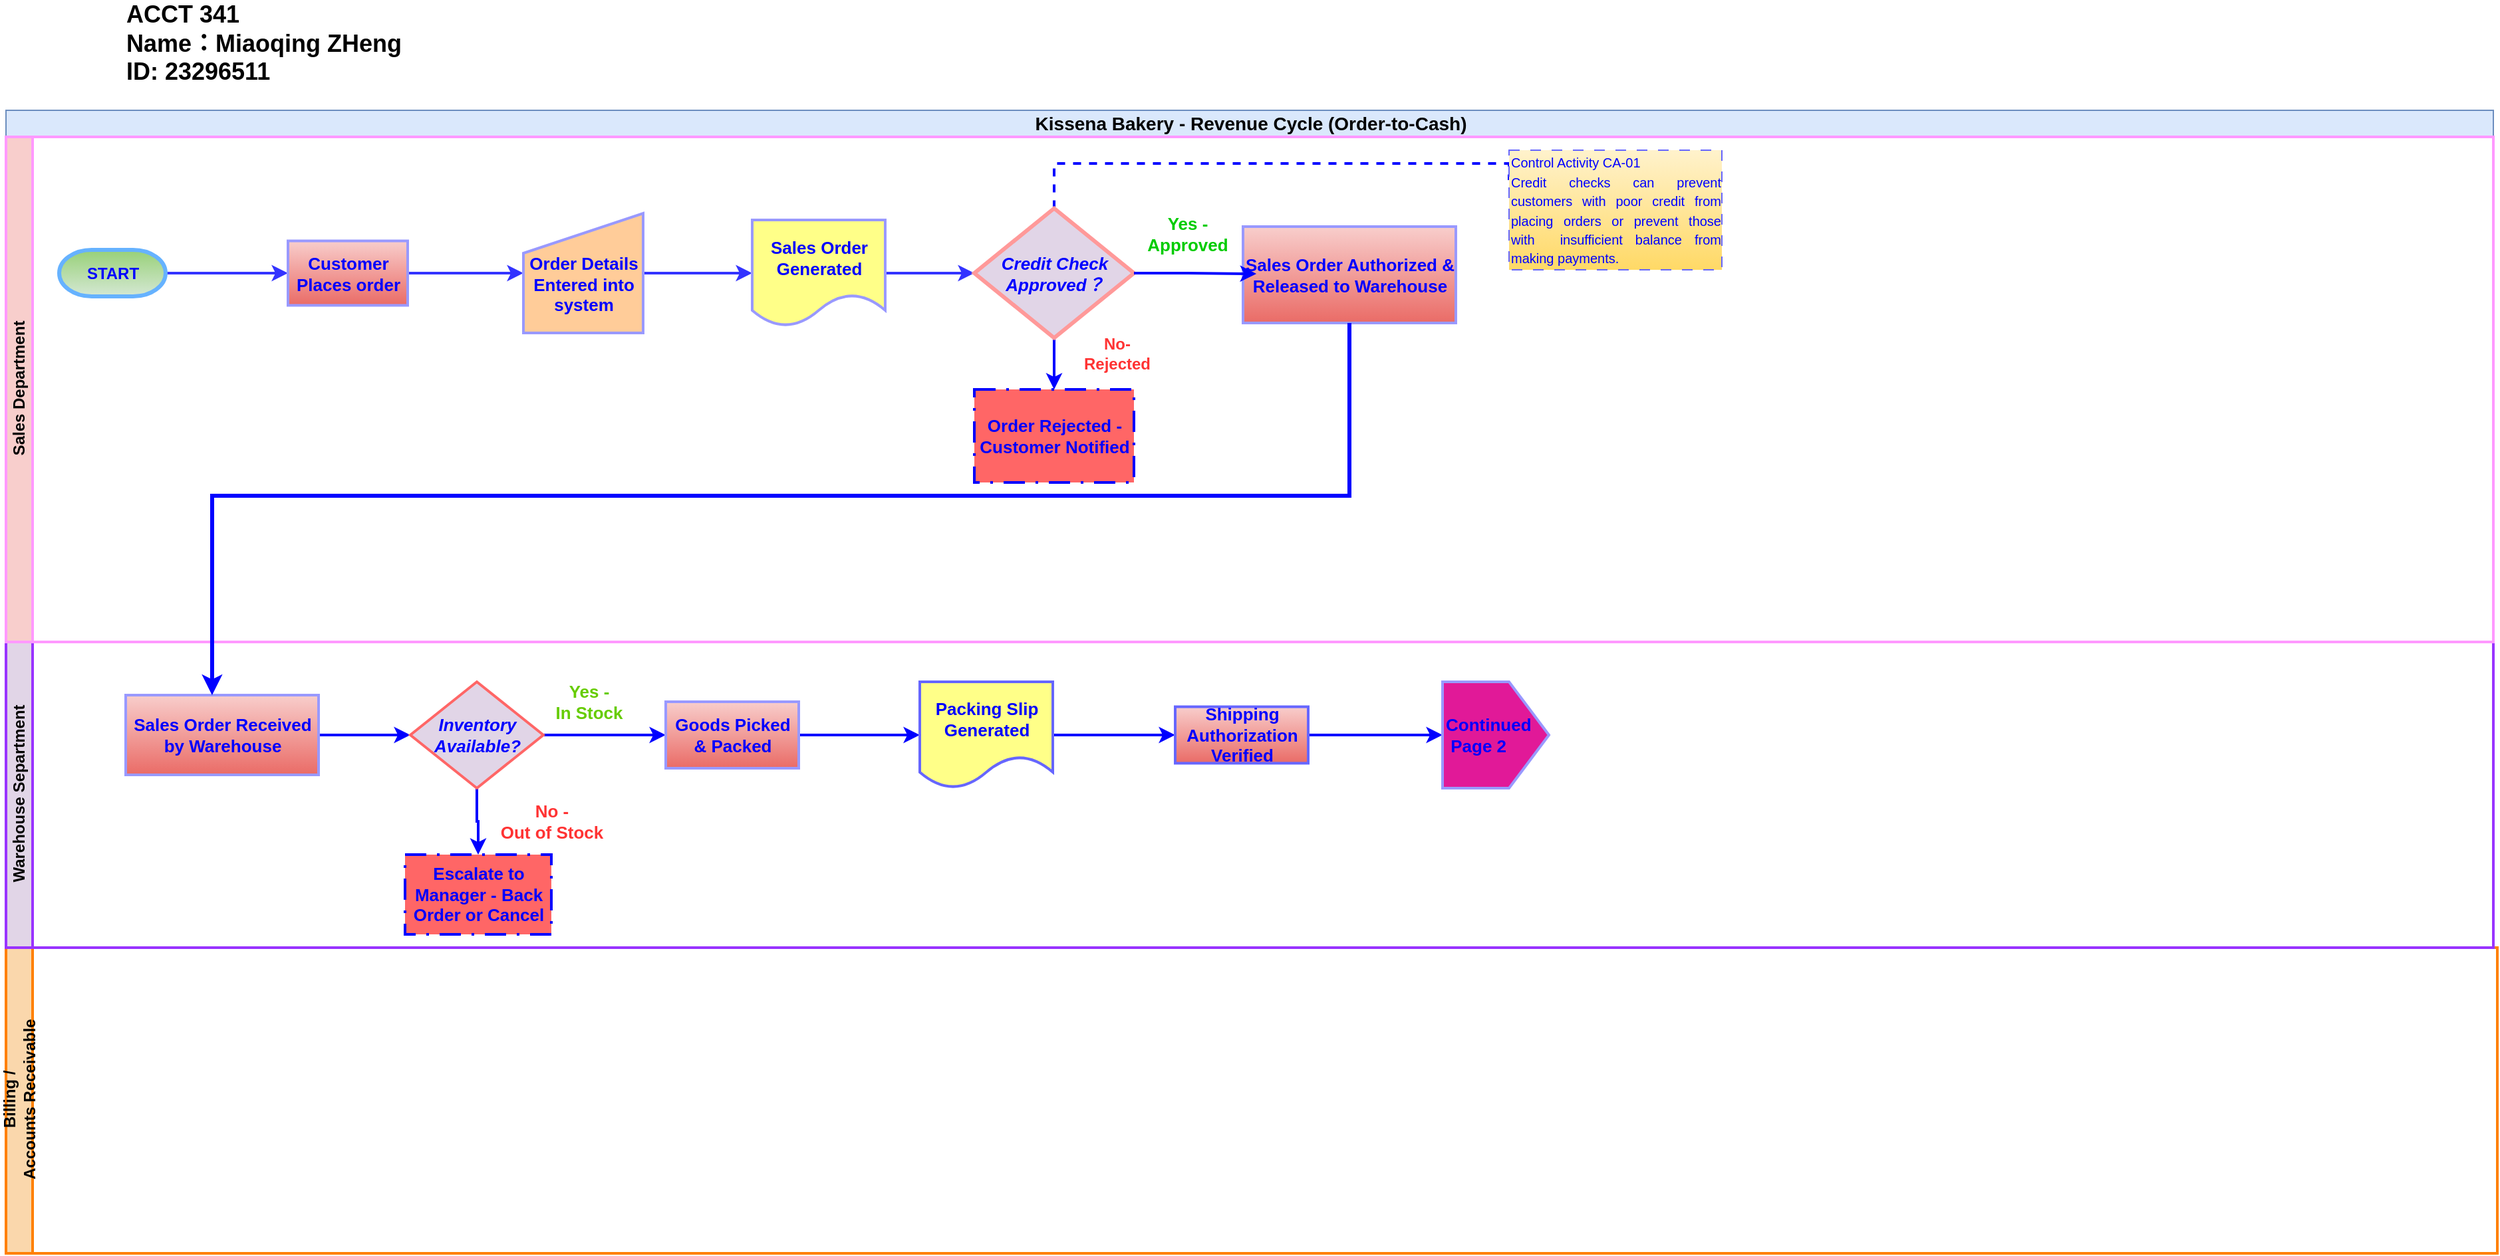
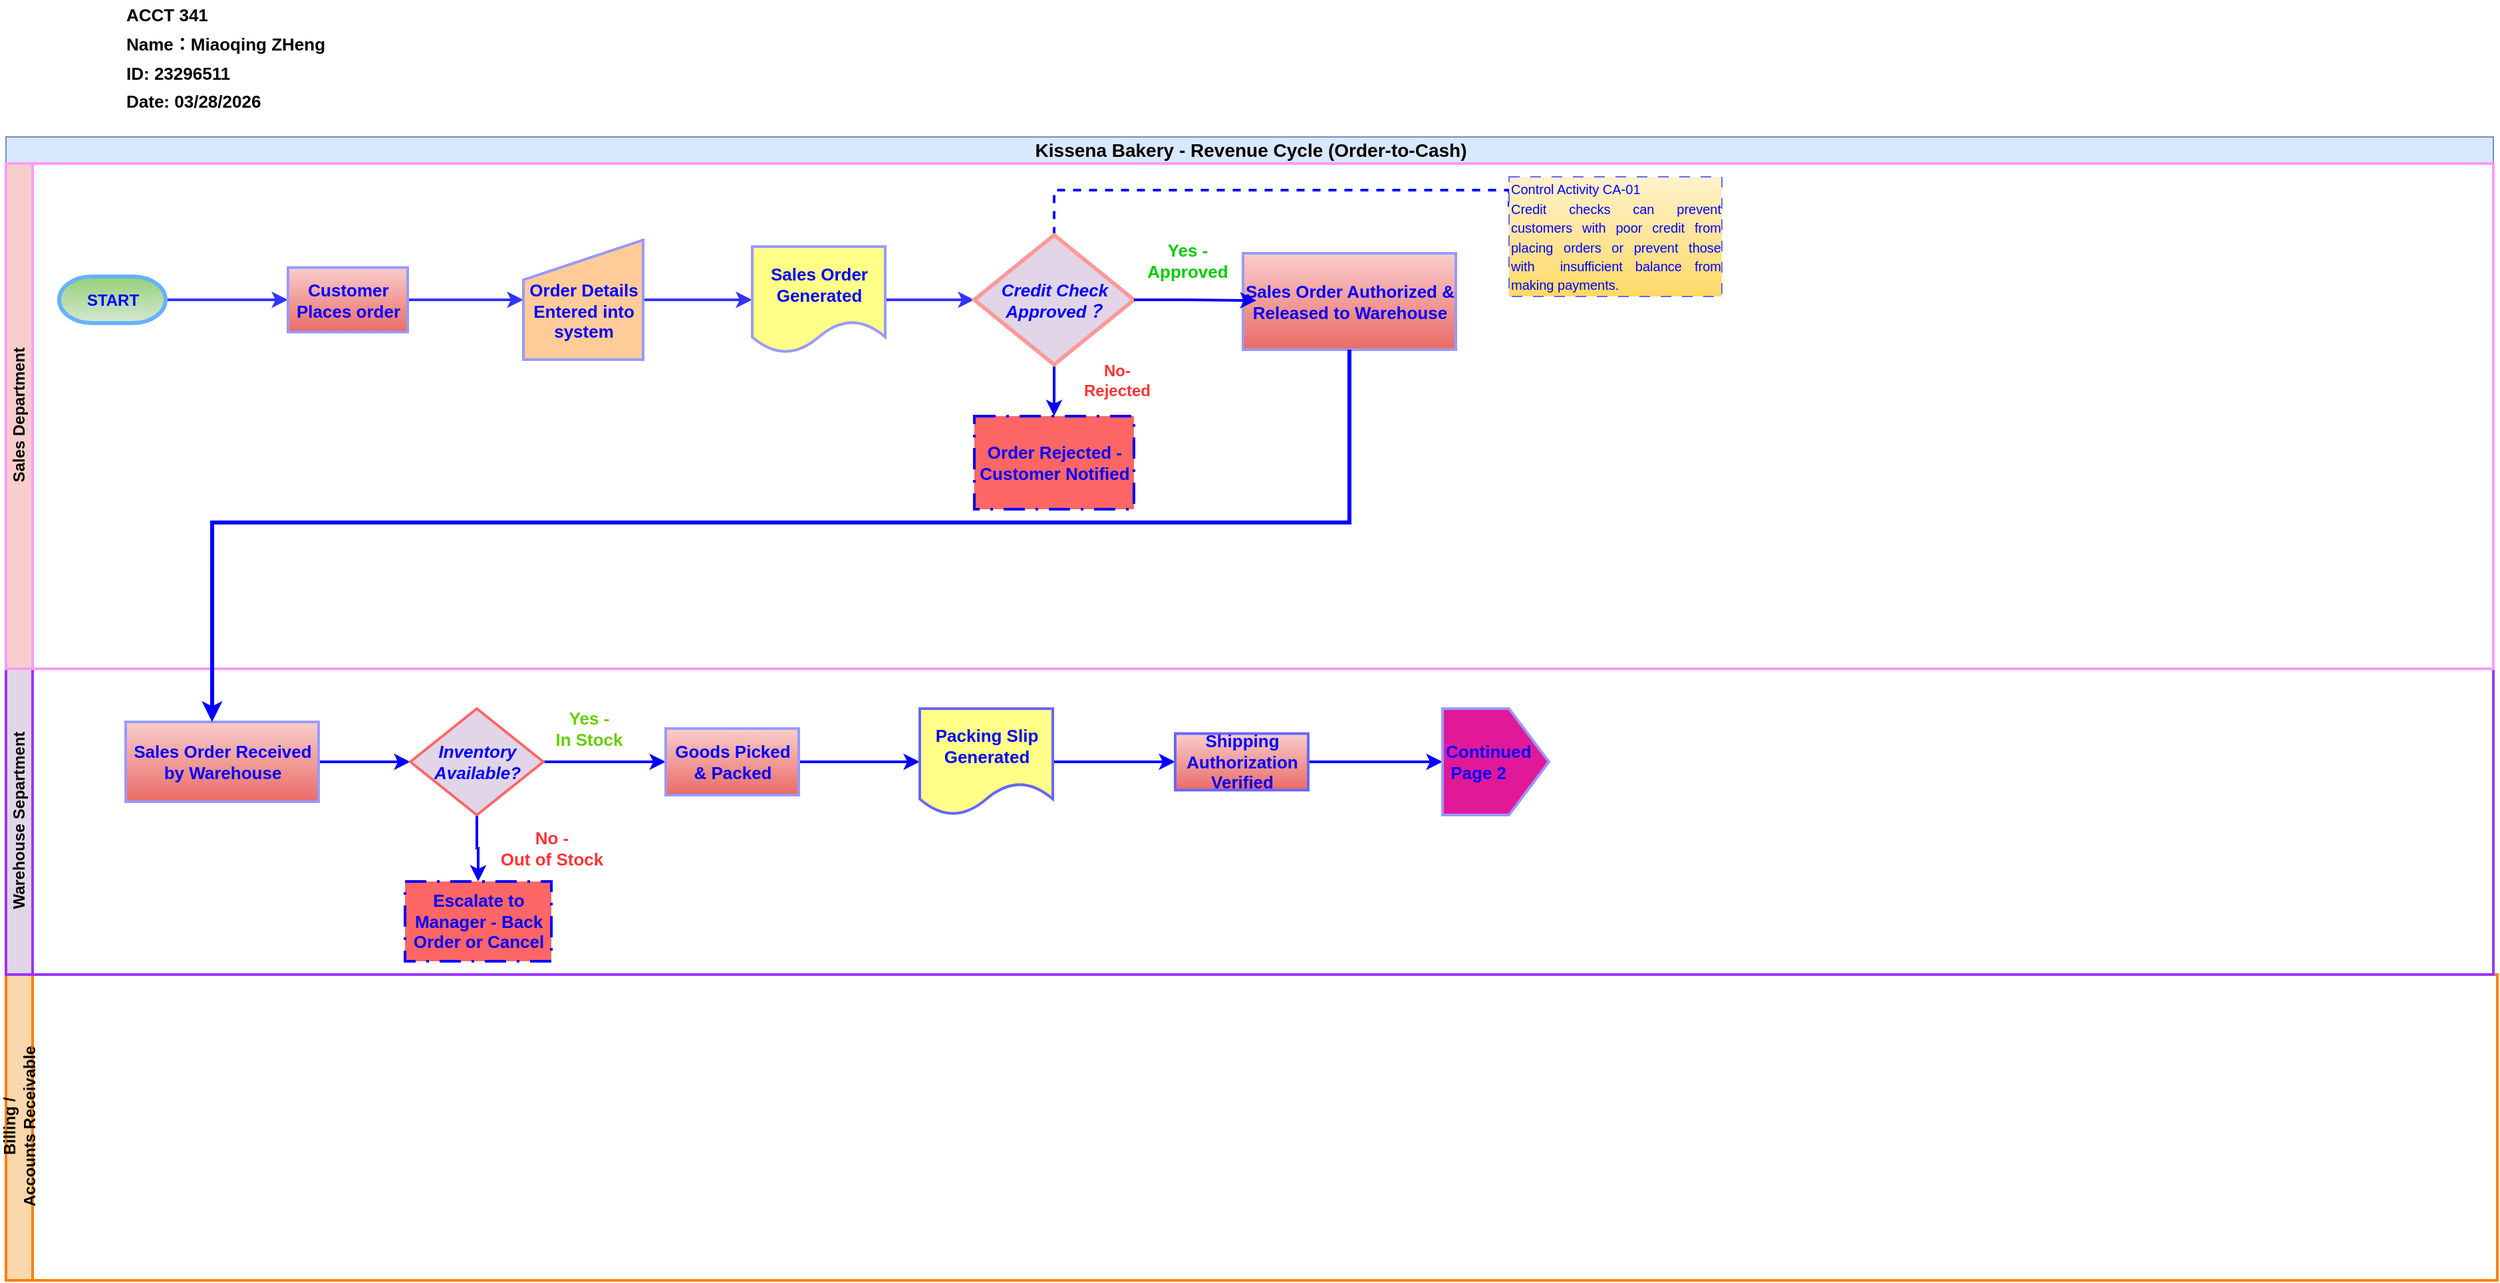
<mxfile host="app.diagrams.net" agent="Mozilla/5.0 (Windows NT 10.0; Win64; x64) AppleWebKit/537.36 (KHTML, like Gecko) Chrome/146.0.0.0 Safari/537.36" version="29.6.6" pages="2">
  <diagram name="Page-1" id="klMabU_GDppZGB9yFFRy">
    <mxGraphModel dx="2066" dy="743" grid="1" gridSize="10" guides="1" tooltips="1" connect="1" arrows="1" fold="1" page="1" pageScale="1" pageWidth="1100" pageHeight="850" math="0" shadow="0">
      <root>
        <mxCell id="0" />
        <mxCell id="1" parent="0" />
        <mxCell id="0vQu63eh7_hz7IOFjZfk-1" parent="1" style="swimlane;childLayout=stackLayout;resizeParent=1;resizeParentMax=0;horizontal=1;startSize=20;horizontalStack=0;html=1;fillColor=#dae8fc;strokeColor=#6c8ebf;" value="&lt;div style=&quot;text-align: start;&quot;&gt;&lt;font style=&quot;font-size: 14px;&quot;&gt;Kissena Bakery - Revenue Cycle (Order-to-Cash)&lt;/font&gt;&lt;/div&gt;" vertex="1">
          <mxGeometry height="20" width="1870" x="81.5" y="130" as="geometry" />
        </mxCell>
        <mxCell id="0vQu63eh7_hz7IOFjZfk-4" parent="1" style="swimlane;startSize=20;horizontal=0;html=1;fillColor=#fad7ac;strokeColor=#FF8000;strokeWidth=2;" value="Billing /&lt;br&gt;Accounts Receivable" vertex="1">
          <mxGeometry height="230" width="1873" x="81.5" y="760" as="geometry">
            <mxRectangle height="30" width="500" y="310" as="alternateBounds" />
          </mxGeometry>
        </mxCell>
-         <mxCell id="0YdZOAwKbOOHbmaocjk8-1" parent="1" style="text;html=1;whiteSpace=wrap;strokeColor=none;fillColor=none;align=left;verticalAlign=middle;rounded=0;fontSize=18;fontStyle=1" value="&lt;div&gt;ACCT 341&lt;/div&gt;Name：Miaoqing ZHeng&lt;div&gt;ID: 23296511&lt;/div&gt;" vertex="1">
-           <mxGeometry height="60" width="329" x="170" y="50" as="geometry" />
+         <mxCell id="0YdZOAwKbOOHbmaocjk8-1" parent="1" style="text;html=1;whiteSpace=wrap;strokeColor=none;fillColor=none;align=left;verticalAlign=middle;rounded=0;fontSize=18;fontStyle=1" value="&lt;div&gt;&lt;font style=&quot;font-size: 13px;&quot;&gt;ACCT 341&lt;/font&gt;&lt;/div&gt;&lt;font style=&quot;font-size: 13px;&quot;&gt;Name：Miaoqing ZHeng&lt;/font&gt;&lt;div&gt;&lt;font style=&quot;font-size: 13px;&quot;&gt;ID: 23296511&lt;/font&gt;&lt;/div&gt;&lt;div&gt;&lt;font style=&quot;font-size: 13px;&quot;&gt;Date: 03/28/2026&lt;/font&gt;&lt;/div&gt;" vertex="1">
+           <mxGeometry height="60" width="329" x="170" y="40" as="geometry" />
        </mxCell>
        <mxCell id="0vQu63eh7_hz7IOFjZfk-3" parent="1" style="swimlane;startSize=20;horizontal=0;html=1;fillColor=#e1d5e7;strokeColor=#9933FF;strokeWidth=2;" value="Warehouse Separtment" vertex="1">
          <mxGeometry height="230" width="1870" x="81.5" y="530" as="geometry" />
        </mxCell>
        <mxCell id="pGH0SQg9JUakCyH8bkGQ-32" edge="1" parent="0vQu63eh7_hz7IOFjZfk-3" source="0vQu63eh7_hz7IOFjZfk-73" style="edgeStyle=orthogonalEdgeStyle;rounded=0;orthogonalLoop=1;jettySize=auto;html=1;exitX=1;exitY=0.5;exitDx=0;exitDy=0;entryX=0;entryY=0.5;entryDx=0;entryDy=0;strokeColor=#0000FF;strokeWidth=2;" target="0vQu63eh7_hz7IOFjZfk-92">
          <mxGeometry relative="1" as="geometry" />
        </mxCell>
        <mxCell id="0vQu63eh7_hz7IOFjZfk-73" parent="0vQu63eh7_hz7IOFjZfk-3" style="html=1;dashed=0;whiteSpace=wrap;fillColor=#f8cecc;gradientColor=#ea6b66;strokeColor=#9999FF;strokeWidth=2;" value="&lt;font style=&quot;font-size: 13px; color: rgb(0, 0, 255);&quot;&gt;&lt;b&gt;Sales Order Received by Warehouse&lt;/b&gt;&lt;/font&gt;" vertex="1">
          <mxGeometry height="60" width="145" x="90" y="40" as="geometry" />
        </mxCell>
        <mxCell id="pGH0SQg9JUakCyH8bkGQ-31" edge="1" parent="0vQu63eh7_hz7IOFjZfk-3" source="0vQu63eh7_hz7IOFjZfk-92" style="edgeStyle=orthogonalEdgeStyle;rounded=0;orthogonalLoop=1;jettySize=auto;html=1;exitX=1;exitY=0.5;exitDx=0;exitDy=0;entryX=0;entryY=0.5;entryDx=0;entryDy=0;strokeColor=#0000FF;strokeWidth=2;" target="0vQu63eh7_hz7IOFjZfk-106">
          <mxGeometry relative="1" as="geometry" />
        </mxCell>
        <mxCell id="pGH0SQg9JUakCyH8bkGQ-34" edge="1" parent="0vQu63eh7_hz7IOFjZfk-3" source="0vQu63eh7_hz7IOFjZfk-92" style="edgeStyle=orthogonalEdgeStyle;rounded=0;orthogonalLoop=1;jettySize=auto;html=1;exitX=0.5;exitY=1;exitDx=0;exitDy=0;entryX=0.5;entryY=0;entryDx=0;entryDy=0;strokeColor=#0000FF;strokeWidth=2;" target="0vQu63eh7_hz7IOFjZfk-96">
          <mxGeometry relative="1" as="geometry" />
        </mxCell>
        <mxCell id="0vQu63eh7_hz7IOFjZfk-92" parent="0vQu63eh7_hz7IOFjZfk-3" style="rhombus;whiteSpace=wrap;html=1;fillColor=#e1d5e7;strokeColor=light-dark(#FF6666,#FF3333);strokeWidth=2;" value="&lt;font style=&quot;font-size: 13px; color: rgb(0, 0, 255);&quot;&gt;&lt;b&gt;&lt;i&gt;Inventory Available?&lt;/i&gt;&lt;/b&gt;&lt;/font&gt;" vertex="1">
          <mxGeometry height="80" width="100" x="304" y="30" as="geometry" />
        </mxCell>
        <mxCell id="0vQu63eh7_hz7IOFjZfk-96" parent="0vQu63eh7_hz7IOFjZfk-3" style="html=1;dashed=1;whiteSpace=wrap;fillColor=#FF6666;strokeColor=#0000FF;fontColor=#ffffff;dashPattern=8 4 1 4;strokeWidth=2;" value="&lt;b&gt;&lt;font style=&quot;font-size: 13px; color: rgb(0, 0, 255);&quot;&gt;Escalate to Manager - Back Order or Cancel&lt;/font&gt;&lt;/b&gt;" vertex="1">
          <mxGeometry height="60" width="110" x="300" y="160" as="geometry" />
        </mxCell>
        <mxCell id="46-Umk2mzS9Czotzx1H9-6" edge="1" parent="0vQu63eh7_hz7IOFjZfk-3" source="0vQu63eh7_hz7IOFjZfk-106" style="edgeStyle=orthogonalEdgeStyle;rounded=0;orthogonalLoop=1;jettySize=auto;html=1;exitX=1;exitY=0.5;exitDx=0;exitDy=0;entryX=0;entryY=0.5;entryDx=0;entryDy=0;strokeColor=#0000FF;strokeWidth=2;" target="0vQu63eh7_hz7IOFjZfk-110">
          <mxGeometry relative="1" as="geometry" />
        </mxCell>
        <mxCell id="0vQu63eh7_hz7IOFjZfk-106" parent="0vQu63eh7_hz7IOFjZfk-3" style="html=1;dashed=0;whiteSpace=wrap;strokeWidth=2;fillColor=#f8cecc;gradientColor=#ea6b66;strokeColor=#9999FF;" value="&lt;font style=&quot;font-size: 13px; color: rgb(0, 0, 255);&quot;&gt;&lt;b&gt;Goods Picked &amp;amp; Packed&lt;/b&gt;&lt;/font&gt;" vertex="1">
          <mxGeometry height="50" width="100" x="496" y="45" as="geometry" />
        </mxCell>
        <mxCell id="46-Umk2mzS9Czotzx1H9-8" edge="1" parent="0vQu63eh7_hz7IOFjZfk-3" source="0vQu63eh7_hz7IOFjZfk-110" style="edgeStyle=orthogonalEdgeStyle;rounded=0;orthogonalLoop=1;jettySize=auto;html=1;exitX=1;exitY=0.5;exitDx=0;exitDy=0;entryX=0;entryY=0.5;entryDx=0;entryDy=0;strokeColor=#0000FF;strokeWidth=2;" target="0vQu63eh7_hz7IOFjZfk-112">
          <mxGeometry relative="1" as="geometry" />
        </mxCell>
        <mxCell id="0vQu63eh7_hz7IOFjZfk-110" parent="0vQu63eh7_hz7IOFjZfk-3" style="shape=document;whiteSpace=wrap;html=1;boundedLbl=1;strokeWidth=2;fillColor=#ffff88;strokeColor=#6666FF;" value="&lt;font style=&quot;font-size: 13px; color: rgb(0, 0, 255);&quot;&gt;&lt;b&gt;Packing Slip Generated&lt;/b&gt;&lt;/font&gt;" vertex="1">
          <mxGeometry height="80" width="100" x="687" y="30" as="geometry" />
        </mxCell>
        <mxCell id="G1smnQENkRiUrPdJOTDi-2" edge="1" parent="0vQu63eh7_hz7IOFjZfk-3" source="0vQu63eh7_hz7IOFjZfk-112" style="edgeStyle=orthogonalEdgeStyle;rounded=0;orthogonalLoop=1;jettySize=auto;html=1;exitX=1;exitY=0.5;exitDx=0;exitDy=0;entryX=0.5;entryY=0;entryDx=0;entryDy=0;strokeColor=#0000FF;strokeWidth=2;" target="G1smnQENkRiUrPdJOTDi-1">
          <mxGeometry relative="1" as="geometry" />
        </mxCell>
        <mxCell id="0vQu63eh7_hz7IOFjZfk-112" parent="0vQu63eh7_hz7IOFjZfk-3" style="html=1;dashed=0;whiteSpace=wrap;strokeColor=#6666FF;fillColor=#f8cecc;gradientColor=#ea6b66;fontStyle=1;strokeWidth=2;" value="&lt;font style=&quot;font-size: 13px; color: rgb(0, 0, 255);&quot;&gt;Shipping Authorization Verified&lt;/font&gt;" vertex="1">
          <mxGeometry height="42.5" width="100" x="879" y="48.75" as="geometry" />
        </mxCell>
        <mxCell id="0vQu63eh7_hz7IOFjZfk-98" parent="0vQu63eh7_hz7IOFjZfk-3" style="text;html=1;whiteSpace=wrap;strokeColor=none;fillColor=none;align=center;verticalAlign=middle;rounded=0;fontColor=#FF3333;" value="&lt;font style=&quot;font-size: 13px;&quot;&gt;&lt;b&gt;No - &lt;br&gt;Out of Stock&lt;/b&gt;&lt;/font&gt;" vertex="1">
          <mxGeometry height="30" width="80" x="370" y="120" as="geometry" />
        </mxCell>
        <mxCell id="G1smnQENkRiUrPdJOTDi-1" parent="0vQu63eh7_hz7IOFjZfk-3" style="shape=offPageConnector;whiteSpace=wrap;html=1;direction=north;strokeColor=#9999FF;fillColor=#E11998;align=left;strokeWidth=2;" value="&lt;b style=&quot;color: rgb(0, 0, 255); font-size: 13px; text-wrap-mode: nowrap;&quot;&gt;Continued&lt;br&gt;&amp;nbsp;Page 2&lt;/b&gt;" vertex="1">
          <mxGeometry height="80" width="80" x="1080" y="30" as="geometry" />
        </mxCell>
        <mxCell id="0vQu63eh7_hz7IOFjZfk-2" parent="0vQu63eh7_hz7IOFjZfk-3" style="swimlane;startSize=20;horizontal=0;html=1;fillColor=#f8cecc;strokeColor=#FF99FF;strokeWidth=2;" value="Sales Department" vertex="1">
          <mxGeometry height="380" width="1870" y="-380" as="geometry">
            <mxRectangle height="30" width="610" y="20" as="alternateBounds" />
          </mxGeometry>
        </mxCell>
        <mxCell id="0vQu63eh7_hz7IOFjZfk-43" edge="1" parent="0vQu63eh7_hz7IOFjZfk-2" source="0vQu63eh7_hz7IOFjZfk-10" style="edgeStyle=orthogonalEdgeStyle;rounded=0;orthogonalLoop=1;jettySize=auto;html=1;exitX=0;exitY=0.5;exitDx=0;exitDy=0;exitPerimeter=0;entryX=0;entryY=0.5;entryDx=0;entryDy=0;strokeColor=#3333FF;strokeWidth=2;" target="0vQu63eh7_hz7IOFjZfk-15">
          <mxGeometry relative="1" as="geometry" />
        </mxCell>
        <mxCell id="0vQu63eh7_hz7IOFjZfk-10" parent="0vQu63eh7_hz7IOFjZfk-2" style="strokeWidth=3;html=1;shape=mxgraph.flowchart.terminator;whiteSpace=wrap;direction=west;fillColor=#d5e8d4;gradientColor=#97d077;strokeColor=#66B2FF;" value="&lt;b&gt;&lt;font style=&quot;color: rgb(0, 0, 255);&quot;&gt;START&lt;/font&gt;&lt;/b&gt;" vertex="1">
          <mxGeometry height="35" width="80" x="40" y="85" as="geometry" />
        </mxCell>
        <mxCell id="46-Umk2mzS9Czotzx1H9-2" edge="1" parent="0vQu63eh7_hz7IOFjZfk-2" source="0vQu63eh7_hz7IOFjZfk-15" style="edgeStyle=orthogonalEdgeStyle;rounded=0;orthogonalLoop=1;jettySize=auto;html=1;exitX=1;exitY=0.5;exitDx=0;exitDy=0;entryX=0;entryY=0.5;entryDx=0;entryDy=0;strokeColor=#3333FF;strokeWidth=2;" target="0vQu63eh7_hz7IOFjZfk-20">
          <mxGeometry relative="1" as="geometry" />
        </mxCell>
        <mxCell id="0vQu63eh7_hz7IOFjZfk-15" parent="0vQu63eh7_hz7IOFjZfk-2" style="html=1;dashed=0;whiteSpace=wrap;strokeWidth=2;fillColor=#f8cecc;strokeColor=#9999FF;gradientColor=#ea6b66;" value="&lt;font style=&quot;font-size: 13px; color: rgb(0, 0, 255);&quot;&gt;&lt;b style=&quot;&quot;&gt;Customer Places order&lt;/b&gt;&lt;/font&gt;" vertex="1">
          <mxGeometry height="48.5" width="90" x="212" y="78.25" as="geometry" />
        </mxCell>
        <mxCell id="46-Umk2mzS9Czotzx1H9-3" edge="1" parent="0vQu63eh7_hz7IOFjZfk-2" source="0vQu63eh7_hz7IOFjZfk-20" style="edgeStyle=orthogonalEdgeStyle;rounded=0;orthogonalLoop=1;jettySize=auto;html=1;exitX=1;exitY=0.5;exitDx=0;exitDy=0;entryX=0;entryY=0.5;entryDx=0;entryDy=0;strokeColor=#3333FF;strokeWidth=2;" target="0vQu63eh7_hz7IOFjZfk-30">
          <mxGeometry relative="1" as="geometry" />
        </mxCell>
        <mxCell id="0vQu63eh7_hz7IOFjZfk-20" parent="0vQu63eh7_hz7IOFjZfk-2" style="shape=manualInput;whiteSpace=wrap;html=1;align=center;fillColor=#ffcc99;strokeColor=#9999FF;strokeWidth=2;" value="&lt;div style=&quot;&quot;&gt;&lt;span style=&quot;background-color: transparent;&quot;&gt;&lt;b style=&quot;&quot;&gt;&lt;font style=&quot;font-size: 13px; color: rgb(0, 0, 255);&quot;&gt;&lt;br&gt;&lt;/font&gt;&lt;/b&gt;&lt;/span&gt;&lt;/div&gt;&lt;div style=&quot;&quot;&gt;&lt;span style=&quot;background-color: transparent;&quot;&gt;&lt;b style=&quot;&quot;&gt;&lt;font style=&quot;font-size: 13px; color: rgb(0, 0, 255);&quot;&gt;Order Details Entered into system&lt;/font&gt;&lt;/b&gt;&lt;/span&gt;&lt;/div&gt;" vertex="1">
          <mxGeometry height="90" width="90" x="389" y="57.5" as="geometry" />
        </mxCell>
        <mxCell id="0vQu63eh7_hz7IOFjZfk-35" edge="1" parent="0vQu63eh7_hz7IOFjZfk-2" style="edgeStyle=orthogonalEdgeStyle;rounded=0;orthogonalLoop=1;jettySize=auto;html=1;exitX=0;exitY=0.5;exitDx=0;exitDy=0;">
          <mxGeometry relative="1" as="geometry">
            <mxPoint x="410" y="105" as="sourcePoint" />
            <mxPoint x="410" y="105" as="targetPoint" />
          </mxGeometry>
        </mxCell>
        <mxCell id="46-Umk2mzS9Czotzx1H9-4" edge="1" parent="0vQu63eh7_hz7IOFjZfk-2" source="0vQu63eh7_hz7IOFjZfk-30" style="edgeStyle=orthogonalEdgeStyle;rounded=0;orthogonalLoop=1;jettySize=auto;html=1;exitX=1;exitY=0.5;exitDx=0;exitDy=0;entryX=0;entryY=0.5;entryDx=0;entryDy=0;strokeColor=#3333FF;strokeWidth=2;" target="0vQu63eh7_hz7IOFjZfk-34">
          <mxGeometry relative="1" as="geometry" />
        </mxCell>
        <mxCell id="0vQu63eh7_hz7IOFjZfk-30" parent="0vQu63eh7_hz7IOFjZfk-2" style="shape=document;whiteSpace=wrap;html=1;boundedLbl=1;strokeWidth=2;fillColor=#ffff88;strokeColor=#9999FF;" value="&lt;font style=&quot;font-size: 13px; color: rgb(0, 0, 255);&quot;&gt;&lt;b&gt;Sales Order Generated&lt;/b&gt;&lt;/font&gt;" vertex="1">
          <mxGeometry height="80" width="100" x="561" y="62.5" as="geometry" />
        </mxCell>
        <mxCell id="pGH0SQg9JUakCyH8bkGQ-28" edge="1" parent="0vQu63eh7_hz7IOFjZfk-2" source="0vQu63eh7_hz7IOFjZfk-34" style="edgeStyle=orthogonalEdgeStyle;rounded=0;orthogonalLoop=1;jettySize=auto;html=1;exitX=0.5;exitY=0;exitDx=0;exitDy=0;entryX=0;entryY=0.25;entryDx=0;entryDy=0;endArrow=none;endFill=0;dashed=1;strokeWidth=2;strokeColor=#0000FF;" target="pGH0SQg9JUakCyH8bkGQ-23">
          <mxGeometry relative="1" as="geometry">
            <Array as="points">
              <mxPoint x="788" y="20" />
              <mxPoint x="1130" y="20" />
            </Array>
          </mxGeometry>
        </mxCell>
        <mxCell id="DywWvH4VDf4e1SjyT3sU-2" edge="1" parent="0vQu63eh7_hz7IOFjZfk-2" source="0vQu63eh7_hz7IOFjZfk-34" style="edgeStyle=orthogonalEdgeStyle;rounded=0;orthogonalLoop=1;jettySize=auto;html=1;exitX=0.5;exitY=1;exitDx=0;exitDy=0;entryX=0.5;entryY=0;entryDx=0;entryDy=0;strokeColor=#0000FF;strokeWidth=2;" target="0vQu63eh7_hz7IOFjZfk-65">
          <mxGeometry relative="1" as="geometry" />
        </mxCell>
        <mxCell id="0vQu63eh7_hz7IOFjZfk-34" parent="0vQu63eh7_hz7IOFjZfk-2" style="rhombus;whiteSpace=wrap;html=1;fillColor=#e1d5e7;strokeColor=#FF9999;strokeWidth=3;" value="&lt;font style=&quot;font-size: 13px; color: rgb(0, 0, 255);&quot;&gt;&lt;b&gt;&lt;i&gt;Credit Check Approved？&lt;/i&gt;&lt;/b&gt;&lt;/font&gt;" vertex="1">
          <mxGeometry height="97.5" width="120" x="728" y="53.75" as="geometry" />
        </mxCell>
        <mxCell id="0vQu63eh7_hz7IOFjZfk-60" parent="0vQu63eh7_hz7IOFjZfk-2" style="text;html=1;whiteSpace=wrap;strokeColor=none;fillColor=none;align=center;verticalAlign=middle;rounded=0;fontColor=#00CC00;" value="&lt;font style=&quot;font-size: 13px;&quot;&gt;&lt;b style=&quot;&quot;&gt;Yes - Approved&lt;/b&gt;&lt;/font&gt;" vertex="1">
          <mxGeometry height="30" width="80" x="848" y="57.5" as="geometry" />
        </mxCell>
        <mxCell id="0vQu63eh7_hz7IOFjZfk-65" parent="0vQu63eh7_hz7IOFjZfk-2" style="html=1;dashed=1;whiteSpace=wrap;strokeWidth=2;fillColor=light-dark(#FF6666,#FF3333);strokeColor=#0000FF;fontColor=#ffffff;fontStyle=1;dashPattern=8 4 1 4;" value="&lt;font style=&quot;font-size: 13px; color: rgb(0, 0, 255);&quot;&gt;Order Rejected - Customer Notified&lt;/font&gt;" vertex="1">
          <mxGeometry height="70" width="120" x="728" y="190" as="geometry" />
        </mxCell>
        <mxCell id="0vQu63eh7_hz7IOFjZfk-67" parent="0vQu63eh7_hz7IOFjZfk-2" style="html=1;dashed=0;whiteSpace=wrap;fillColor=#f8cecc;gradientColor=#ea6b66;strokeColor=#9999FF;strokeWidth=2;" value="&lt;font style=&quot;font-size: 13px; color: rgb(0, 0, 255);&quot;&gt;&lt;b&gt;Sales Order Authorized &amp;amp; Released to Warehouse&lt;/b&gt;&lt;/font&gt;" vertex="1">
          <mxGeometry height="72.5" width="160" x="930" y="67.5" as="geometry" />
        </mxCell>
        <mxCell id="pGH0SQg9JUakCyH8bkGQ-23" parent="0vQu63eh7_hz7IOFjZfk-2" style="html=1;dashed=1;whiteSpace=wrap;dashPattern=8 8;fillColor=#fff2cc;gradientColor=#ffd966;strokeColor=light-dark(#6666FF,#6D5100);strokeWidth=1;" value="&lt;div style=&quot;text-align: justify;&quot;&gt;&lt;span style=&quot;font-size: 10px; background-color: transparent;&quot;&gt;&lt;font style=&quot;color: rgb(0, 0, 255);&quot;&gt;Control Activity&amp;nbsp;CA-01&lt;/font&gt;&lt;/span&gt;&lt;/div&gt;&lt;font style=&quot;color: rgb(0, 0, 255);&quot;&gt;&lt;div style=&quot;text-align: justify;&quot;&gt;&lt;span style=&quot;font-size: 10px; background-color: transparent;&quot;&gt;Credit checks can prevent customers with poor credit from placing orders or prevent those with&amp;nbsp; insufficient balance from making payments.&lt;/span&gt;&lt;/div&gt;&lt;/font&gt;" vertex="1">
          <mxGeometry height="90" width="160" x="1130" y="10" as="geometry" />
        </mxCell>
        <mxCell id="DywWvH4VDf4e1SjyT3sU-3" parent="0vQu63eh7_hz7IOFjZfk-2" style="text;html=1;whiteSpace=wrap;strokeColor=none;fillColor=none;align=center;verticalAlign=middle;rounded=0;fontSize=12;fontStyle=1;fontColor=#FF3333;" value="&lt;span&gt;&lt;font style=&quot;&quot;&gt;No-Rejected&lt;/font&gt;&lt;/span&gt;" vertex="1">
          <mxGeometry height="30" width="70" x="800" y="147.5" as="geometry" />
        </mxCell>
        <mxCell id="G1smnQENkRiUrPdJOTDi-3" edge="1" parent="0vQu63eh7_hz7IOFjZfk-2" source="0vQu63eh7_hz7IOFjZfk-34" style="edgeStyle=orthogonalEdgeStyle;rounded=0;orthogonalLoop=1;jettySize=auto;html=1;exitX=1;exitY=0.5;exitDx=0;exitDy=0;entryX=0.063;entryY=0.49;entryDx=0;entryDy=0;entryPerimeter=0;strokeColor=#0000FF;strokeWidth=2;" target="0vQu63eh7_hz7IOFjZfk-67">
          <mxGeometry relative="1" as="geometry" />
        </mxCell>
        <mxCell id="0vQu63eh7_hz7IOFjZfk-86" edge="1" parent="0vQu63eh7_hz7IOFjZfk-3" source="0vQu63eh7_hz7IOFjZfk-67" style="edgeStyle=orthogonalEdgeStyle;rounded=0;orthogonalLoop=1;jettySize=auto;html=1;exitX=0.5;exitY=1;exitDx=0;exitDy=0;entryX=0.448;entryY=0;entryDx=0;entryDy=0;entryPerimeter=0;fontColor=#0000CC;strokeColor=#0000FF;strokeWidth=3;" target="0vQu63eh7_hz7IOFjZfk-73">
          <mxGeometry relative="1" as="geometry">
            <Array as="points">
              <mxPoint x="1010" y="-110" />
              <mxPoint x="155" y="-110" />
            </Array>
          </mxGeometry>
        </mxCell>
        <mxCell id="46-Umk2mzS9Czotzx1H9-12" parent="0vQu63eh7_hz7IOFjZfk-3" style="text;html=1;whiteSpace=wrap;strokeColor=none;fillColor=none;align=center;verticalAlign=middle;rounded=0;" value="&lt;b style=&quot;color: rgb(102, 204, 0);&quot;&gt;&lt;font style=&quot;font-size: 13px;&quot;&gt;Yes -&lt;br&gt;In Stock&lt;/font&gt;&lt;/b&gt;" vertex="1">
          <mxGeometry height="30" width="80" x="398.5" y="30" as="geometry" />
        </mxCell>
      </root>
    </mxGraphModel>
  </diagram>
  <diagram id="ZDdy4ylPSpOC2Ge6VpiW" name="Page-2">
    <mxGraphModel dx="2066" dy="743" grid="1" gridSize="10" guides="1" tooltips="1" connect="1" arrows="1" fold="1" page="1" pageScale="1" pageWidth="1100" pageHeight="850" math="0" shadow="0">
      <root>
        <mxCell id="0" />
        <mxCell id="1" parent="0" />
        <mxCell id="_GW_QHAqRueJzuYdTQVs-1" parent="1" style="swimlane;startSize=20;horizontal=0;html=1;fillColor=#e1d5e7;strokeColor=#9933FF;strokeWidth=2;" value="Warehouse Separtment" vertex="1">
          <mxGeometry height="270" width="1330" x="110" y="150" as="geometry" />
        </mxCell>
        <mxCell id="JTW380UVqBL9k5zzlviH-1" parent="_GW_QHAqRueJzuYdTQVs-1" style="html=1;dashed=0;whiteSpace=wrap;fillColor=#f8cecc;gradientColor=#ea6b66;strokeColor=#9999FF;strokeWidth=2;" value="&lt;font style=&quot;font-size: 13px; color: rgb(0, 0, 255);&quot;&gt;&lt;b&gt;Goods Dispatched to Customer&lt;/b&gt;&lt;/font&gt;" vertex="1">
          <mxGeometry height="50" width="100" x="220" y="75" as="geometry" />
        </mxCell>
        <mxCell id="Y0x97Svv89Kf0asxUhHi-3" edge="1" parent="_GW_QHAqRueJzuYdTQVs-1" source="Y0x97Svv89Kf0asxUhHi-1" style="edgeStyle=orthogonalEdgeStyle;rounded=0;orthogonalLoop=1;jettySize=auto;html=1;exitX=0.5;exitY=1;exitDx=0;exitDy=0;entryX=0;entryY=0.5;entryDx=0;entryDy=0;strokeWidth=2;strokeColor=#0000FF;" target="JTW380UVqBL9k5zzlviH-1">
          <mxGeometry relative="1" as="geometry" />
        </mxCell>
        <mxCell id="Y0x97Svv89Kf0asxUhHi-1" parent="_GW_QHAqRueJzuYdTQVs-1" style="shape=offPageConnector;whiteSpace=wrap;html=1;direction=north;strokeColor=#9999FF;fillColor=#E11998;align=left;strokeWidth=2;" value="&lt;b style=&quot;color: rgb(0, 0, 255); font-size: 13px; text-wrap-mode: nowrap;&quot;&gt;Continued&lt;br&gt;&amp;nbsp;Page 2&lt;/b&gt;" vertex="1">
          <mxGeometry height="80" width="80" x="70" y="60" as="geometry" />
        </mxCell>
        <mxCell id="VSqCA1LAcqbEIX1a-AIG-1" parent="1" style="swimlane;startSize=20;horizontal=0;html=1;whiteSpace=wrap;fillColor=#ffcc99;strokeColor=#FF9933;strokeWidth=2;" value="&lt;span style=&quot;text-wrap-mode: nowrap;&quot;&gt;Billing /&lt;/span&gt;&lt;br style=&quot;text-wrap-mode: nowrap;&quot;&gt;&lt;span style=&quot;text-wrap-mode: nowrap;&quot;&gt;Accounts Receivable&lt;/span&gt;" vertex="1">
          <mxGeometry height="170" width="1330" x="110" y="420" as="geometry" />
        </mxCell>
        <mxCell id="KsxiR5SY5I83CpnIQ7mC-4" edge="1" parent="VSqCA1LAcqbEIX1a-AIG-1" source="2IOCe_ZcG10jMQKezpJ2-1" style="edgeStyle=orthogonalEdgeStyle;rounded=0;orthogonalLoop=1;jettySize=auto;html=1;exitX=1;exitY=0.5;exitDx=0;exitDy=0;entryX=0;entryY=0.5;entryDx=0;entryDy=0;strokeColor=#0000FF;strokeWidth=2;" target="2IOCe_ZcG10jMQKezpJ2-2">
          <mxGeometry relative="1" as="geometry" />
        </mxCell>
        <mxCell id="2IOCe_ZcG10jMQKezpJ2-1" parent="VSqCA1LAcqbEIX1a-AIG-1" style="html=1;dashed=0;whiteSpace=wrap;strokeWidth=2;fillColor=#f8cecc;gradientColor=#ea6b66;strokeColor=#9999FF;" value="&lt;b&gt;&lt;font style=&quot;font-size: 13px; color: rgb(0, 0, 255);&quot;&gt;Dispatch Confirmation Received&lt;/font&gt;&lt;/b&gt;" vertex="1">
          <mxGeometry height="50" width="100" x="50" y="50" as="geometry" />
        </mxCell>
        <mxCell id="KsxiR5SY5I83CpnIQ7mC-5" edge="1" parent="VSqCA1LAcqbEIX1a-AIG-1" source="2IOCe_ZcG10jMQKezpJ2-2" style="edgeStyle=orthogonalEdgeStyle;rounded=0;orthogonalLoop=1;jettySize=auto;html=1;exitX=1;exitY=0.5;exitDx=0;exitDy=0;entryX=0;entryY=0.5;entryDx=0;entryDy=0;strokeColor=#0000FF;strokeWidth=2;" target="dAGMuh-EUK1Y8pTE6-PC-2">
          <mxGeometry relative="1" as="geometry" />
        </mxCell>
        <mxCell id="2IOCe_ZcG10jMQKezpJ2-2" parent="VSqCA1LAcqbEIX1a-AIG-1" style="shape=document;whiteSpace=wrap;html=1;boundedLbl=1;fillColor=#ffff88;strokeColor=#9999FF;strokeWidth=2;" value="&lt;font style=&quot;font-size: 13px; color: rgb(0, 0, 255);&quot;&gt;&lt;b&gt;Invoice Generated &amp;amp; Sent to Customer&lt;/b&gt;&lt;/font&gt;" vertex="1">
          <mxGeometry height="80" width="120" x="229" y="35" as="geometry" />
        </mxCell>
        <mxCell id="KsxiR5SY5I83CpnIQ7mC-6" edge="1" parent="VSqCA1LAcqbEIX1a-AIG-1" source="dAGMuh-EUK1Y8pTE6-PC-2" style="edgeStyle=orthogonalEdgeStyle;rounded=0;orthogonalLoop=1;jettySize=auto;html=1;exitX=1;exitY=0.5;exitDx=0;exitDy=0;entryX=0;entryY=0.5;entryDx=0;entryDy=0;strokeColor=#0000FF;strokeWidth=2;" target="dAGMuh-EUK1Y8pTE6-PC-4">
          <mxGeometry relative="1" as="geometry" />
        </mxCell>
        <mxCell id="dAGMuh-EUK1Y8pTE6-PC-2" parent="VSqCA1LAcqbEIX1a-AIG-1" style="html=1;dashed=0;whiteSpace=wrap;strokeWidth=2;fillColor=#f8cecc;gradientColor=#ea6b66;strokeColor=#9999FF;" value="&lt;b&gt;&lt;font style=&quot;font-size: 13px; color: rgb(0, 0, 255);&quot;&gt;Payment Received from Customer&lt;/font&gt;&lt;/b&gt;" vertex="1">
          <mxGeometry height="50" width="110" x="423" y="50" as="geometry" />
        </mxCell>
        <mxCell id="KsxiR5SY5I83CpnIQ7mC-8" edge="1" parent="VSqCA1LAcqbEIX1a-AIG-1" source="dAGMuh-EUK1Y8pTE6-PC-4" style="edgeStyle=orthogonalEdgeStyle;rounded=0;orthogonalLoop=1;jettySize=auto;html=1;exitX=1;exitY=0.5;exitDx=0;exitDy=0;entryX=0;entryY=0.5;entryDx=0;entryDy=0;strokeColor=#0000FF;strokeWidth=2;" target="dAGMuh-EUK1Y8pTE6-PC-6">
          <mxGeometry relative="1" as="geometry" />
        </mxCell>
        <mxCell id="dAGMuh-EUK1Y8pTE6-PC-4" parent="VSqCA1LAcqbEIX1a-AIG-1" style="shape=document;whiteSpace=wrap;html=1;boundedLbl=1;fillColor=#ffff88;strokeColor=#9999FF;strokeWidth=2;" value="&lt;font style=&quot;font-size: 13px; color: rgb(0, 0, 255);&quot;&gt;&lt;b&gt;Remittance Advice Recorded&lt;/b&gt;&lt;/font&gt;" vertex="1">
          <mxGeometry height="75" width="110" x="611" y="37.5" as="geometry" />
        </mxCell>
        <mxCell id="dAGMuh-EUK1Y8pTE6-PC-6" parent="VSqCA1LAcqbEIX1a-AIG-1" style="html=1;dashed=0;whiteSpace=wrap;strokeWidth=2;fillColor=#f8cecc;gradientColor=#ea6b66;strokeColor=#9999FF;" value="&lt;b&gt;&lt;font style=&quot;font-size: 13px; color: rgb(0, 0, 255);&quot;&gt;Cash Posted to Accounts Receivable&lt;/font&gt;&lt;/b&gt;" vertex="1">
          <mxGeometry height="50" width="110" x="800" y="50" as="geometry" />
        </mxCell>
        <mxCell id="dAGMuh-EUK1Y8pTE6-PC-8" parent="VSqCA1LAcqbEIX1a-AIG-1" style="strokeWidth=2;html=1;shape=mxgraph.flowchart.terminator;whiteSpace=wrap;fillColor=#d5e8d4;gradientColor=#97d077;strokeColor=#66B2FF;" value="&lt;font style=&quot;font-size: 13px; color: rgb(0, 0, 255);&quot;&gt;&lt;b&gt;END&lt;/b&gt;&lt;/font&gt;" vertex="1">
          <mxGeometry height="45" width="90" x="980" y="50" as="geometry" />
        </mxCell>
        <mxCell id="uHHicwT-v_B4AunEQLIp-2" edge="1" parent="VSqCA1LAcqbEIX1a-AIG-1" source="dAGMuh-EUK1Y8pTE6-PC-6" style="edgeStyle=orthogonalEdgeStyle;rounded=0;orthogonalLoop=1;jettySize=auto;html=1;exitX=1;exitY=0.5;exitDx=0;exitDy=0;entryX=0.111;entryY=0.556;entryDx=0;entryDy=0;entryPerimeter=0;strokeWidth=2;strokeColor=#0000FF;" target="dAGMuh-EUK1Y8pTE6-PC-8">
          <mxGeometry relative="1" as="geometry" />
        </mxCell>
        <mxCell id="dAGMuh-EUK1Y8pTE6-PC-10" edge="1" parent="1" source="JTW380UVqBL9k5zzlviH-1" style="edgeStyle=orthogonalEdgeStyle;rounded=0;orthogonalLoop=1;jettySize=auto;html=1;exitX=0.5;exitY=1;exitDx=0;exitDy=0;entryX=0.5;entryY=0;entryDx=0;entryDy=0;strokeColor=#0000FF;strokeWidth=3;" target="2IOCe_ZcG10jMQKezpJ2-1">
          <mxGeometry relative="1" as="geometry" />
        </mxCell>
-         <mxCell id="Vm9v1WHijWWdkQHgRR_g-1" parent="1" style="text;html=1;whiteSpace=wrap;strokeColor=none;fillColor=none;align=center;verticalAlign=middle;rounded=0;" value="&lt;div style=&quot;font-size: 18px; font-weight: 700; text-align: left;&quot;&gt;ACCT 341&lt;/div&gt;&lt;span style=&quot;font-size: 18px; font-weight: 700; text-align: left;&quot;&gt;Name：Miaoqing ZHeng&lt;/span&gt;&lt;div style=&quot;font-size: 18px; font-weight: 700; text-align: left;&quot;&gt;ID: 23296511&lt;/div&gt;" vertex="1">
-           <mxGeometry height="30" width="220" x="140" y="60" as="geometry" />
+         <mxCell id="Vm9v1WHijWWdkQHgRR_g-1" parent="1" style="text;html=1;whiteSpace=wrap;strokeColor=none;fillColor=none;align=center;verticalAlign=middle;rounded=0;" value="&lt;div style=&quot;font-weight: 700; text-align: left;&quot;&gt;&lt;font style=&quot;font-size: 13px;&quot;&gt;ACCT 341&lt;/font&gt;&lt;/div&gt;&lt;span style=&quot;font-weight: 700; text-align: left;&quot;&gt;&lt;font style=&quot;font-size: 13px;&quot;&gt;Name：Miaoqing ZHeng&lt;/font&gt;&lt;/span&gt;&lt;div style=&quot;font-weight: 700; text-align: left;&quot;&gt;&lt;font style=&quot;font-size: 13px;&quot;&gt;ID: 23296511&lt;/font&gt;&lt;/div&gt;&lt;div style=&quot;font-weight: 700; text-align: left;&quot;&gt;&lt;font style=&quot;font-size: 13px;&quot;&gt;Date：03/28/2026&lt;/font&gt;&lt;/div&gt;" vertex="1">
+           <mxGeometry height="30" width="220" x="130" y="80" as="geometry" />
        </mxCell>
      </root>
    </mxGraphModel>
  </diagram>
</mxfile>
